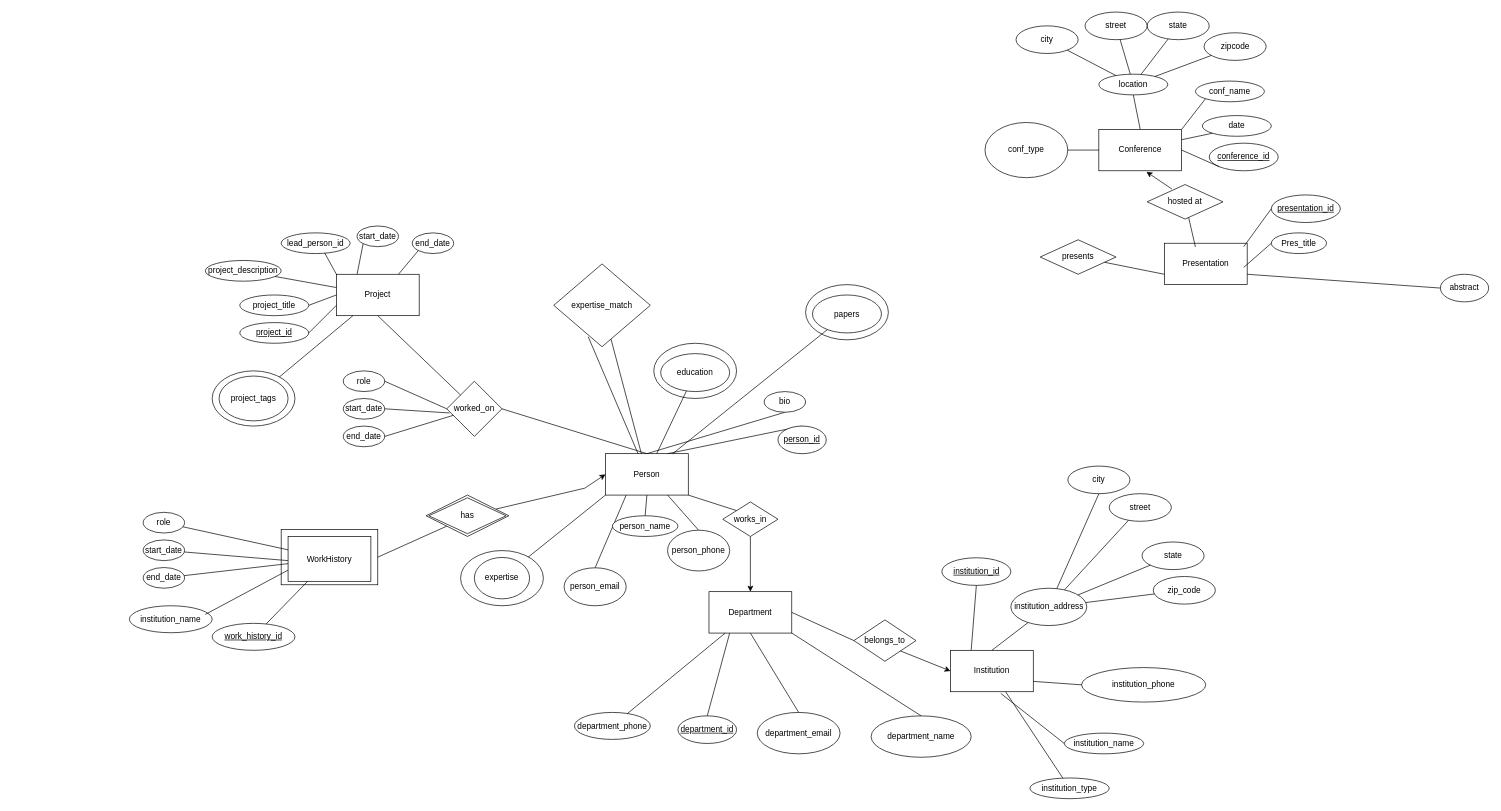
This is Project Diagram.drawio from jabobas/CollabConnect, a draw.io file, before an edit. Source tidied: cells renumbered, new cells numbered last; positions are measured from the earlier drawing's top-left corner, leaving out a move shared by most shapes. Both pictures are drawn from the tidied source at 69%, with x=0, y=0 at pixel (129, 12).
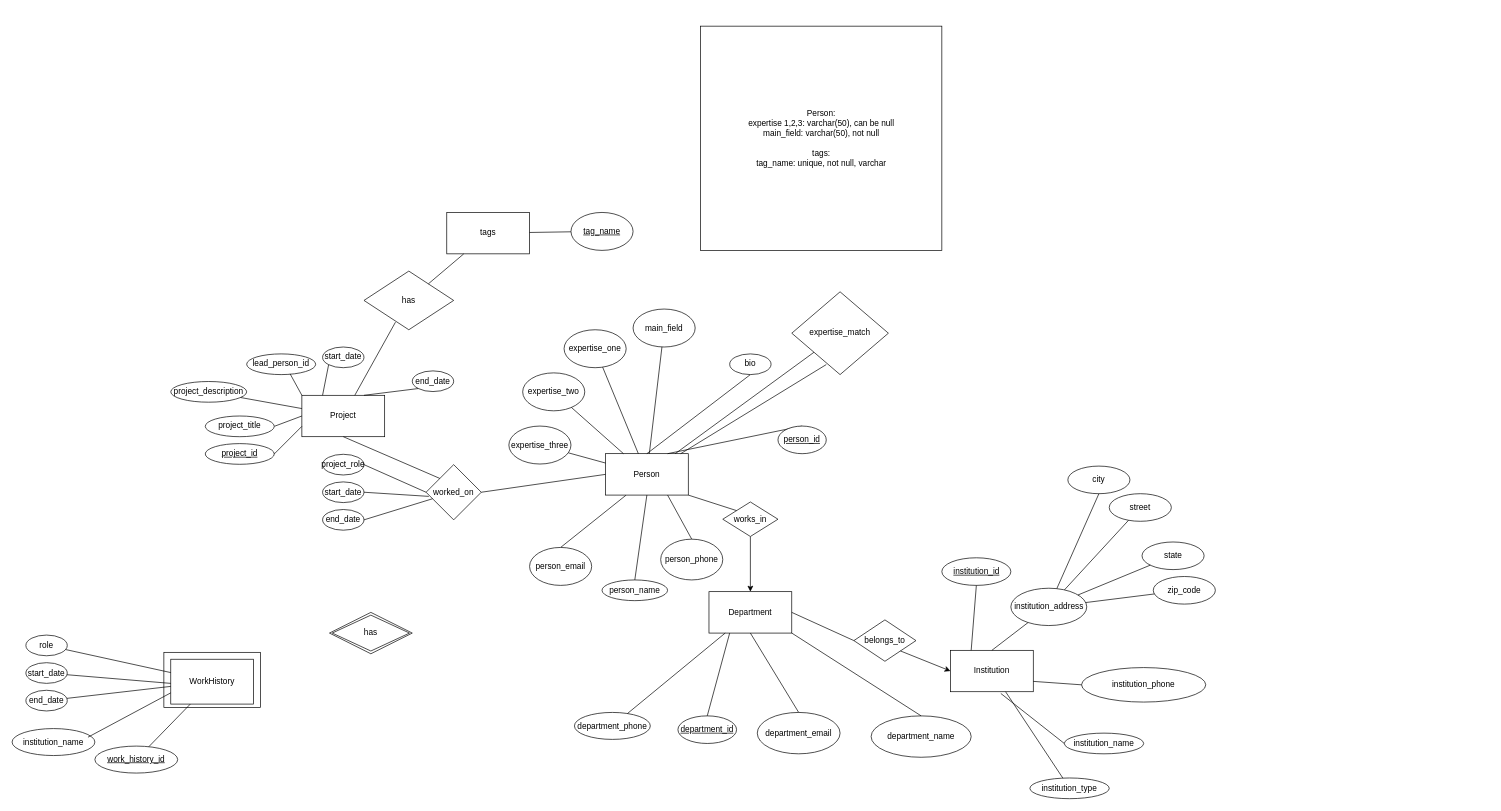
The same page after the edit.

Commit message (it also covers changes not shown here):
modify person to match updated er diagram - init db changes

Unchanged cells that the change refers to:
```xml
<mxCell id="4" value="Person" style="rounded=0;whiteSpace=wrap;html=1;" parent="1" vertex="1">
  <mxGeometry x="690" y="640" width="120" height="60" as="geometry" />
</mxCell>
```

The edit, as a diff of the source:
```diff
@@
     <mxCell id="3" style="rounded=0;whiteSpace=wrap;html=1;" parent="1" vertex="1">
-      <mxGeometry x="220" y="750" width="140" height="80" as="geometry" />
+      <mxGeometry x="50" y="927.9" width="140" height="80" as="geometry" />
     </mxCell>
@@
     <mxCell id="5" value="Project" style="rounded=0;whiteSpace=wrap;html=1;" parent="1" vertex="1">
-      <mxGeometry x="300" y="380" width="120" height="60" as="geometry" />
+      <mxGeometry x="250" y="555.4" width="120" height="60" as="geometry" />
     </mxCell>
-    <mxCell id="6" style="rounded=0;orthogonalLoop=1;jettySize=auto;html=1;entryX=0.5;entryY=1;entryDx=0;entryDy=0;" parent="1" edge="1" source="7" target="7">
-      <mxGeometry relative="1" as="geometry" />
-    </mxCell>
-    <mxCell id="7" value="Conference" style="rounded=0;whiteSpace=wrap;html=1;" parent="1" vertex="1">
-      <mxGeometry x="1405" y="170" width="120" height="60" as="geometry" />
-    </mxCell>
-    <mxCell id="8" value="&lt;div&gt;Presentation&lt;/div&gt;" style="rounded=0;whiteSpace=wrap;html=1;" parent="1" vertex="1">
-      <mxGeometry x="1500" y="335" width="120" height="60" as="geometry" />
-    </mxCell>
@@
     <mxCell id="11" value="WorkHistory" style="rounded=0;whiteSpace=wrap;html=1;" parent="1" vertex="1">
-      <mxGeometry x="230" y="760" width="120" height="65" as="geometry" />
+      <mxGeometry x="60" y="937.9" width="120" height="65" as="geometry" />
     </mxCell>
-    <mxCell id="12" style="endArrow=none;html=1;rounded=0;exitX=1;exitY=0.5;exitDx=0;exitDy=0;entryX=0;entryY=1;entryDx=0;entryDy=0;" parent="1" edge="1" source="3">
-      <mxGeometry relative="1" as="geometry">
-        <mxPoint x="460" y="745" as="targetPoint" />
-      </mxGeometry>
-    </mxCell>
     <mxCell id="13" value="worked_on" style="rhombus;whiteSpace=wrap;html=1;" parent="1" vertex="1">
-      <mxGeometry x="460" y="535" width="80" height="80" as="geometry" />
+      <mxGeometry x="430" y="655.9" width="80" height="80" as="geometry" />
     </mxCell>
-    <mxCell id="14" style="endArrow=none;html=1;rounded=0;exitX=1;exitY=0.5;exitDx=0;exitDy=0;entryX=0.5;entryY=0;entryDx=0;entryDy=0;" parent="1" edge="1" source="13" target="4">
+    <mxCell id="14" style="endArrow=none;html=1;rounded=0;exitX=1;exitY=0.5;exitDx=0;exitDy=0;entryX=0;entryY=0.5;entryDx=0;entryDy=0;" parent="1" edge="1" source="13" target="4">
       <mxGeometry relative="1" as="geometry" />
     </mxCell>
@@
-    <mxCell id="16" value="&lt;div&gt;role&lt;/div&gt;" style="ellipse;whiteSpace=wrap;html=1;" parent="1" vertex="1">
-      <mxGeometry x="310" y="520" width="60" height="30" as="geometry" />
+    <mxCell id="16" value="&lt;div&gt;project_role&lt;/div&gt;" style="ellipse;whiteSpace=wrap;html=1;" parent="1" vertex="1">
+      <mxGeometry x="280" y="640.9" width="60" height="30" as="geometry" />
     </mxCell>
     <mxCell id="17" value="start_date" style="ellipse;whiteSpace=wrap;html=1;" parent="1" vertex="1">
-      <mxGeometry x="310" y="560" width="60" height="30" as="geometry" />
+      <mxGeometry x="280" y="680.9" width="60" height="30" as="geometry" />
     </mxCell>
     <mxCell id="18" value="end_date" style="ellipse;whiteSpace=wrap;html=1;" parent="1" vertex="1">
-      <mxGeometry x="310" y="600" width="60" height="30" as="geometry" />
+      <mxGeometry x="280" y="720.9" width="60" height="30" as="geometry" />
     </mxCell>
@@
     <mxCell id="20" style="endArrow=none;html=1;rounded=0;exitX=1;exitY=0.5;exitDx=0;exitDy=0;" parent="1" edge="1" source="17">
       <mxGeometry relative="1" as="geometry">
-        <mxPoint x="464" y="581" as="targetPoint" />
+        <mxPoint x="434" y="701.9" as="targetPoint" />
       </mxGeometry>
     </mxCell>
@@
     <mxCell id="22" value="lead_person_id" style="ellipse;whiteSpace=wrap;html=1;" parent="1" vertex="1">
-      <mxGeometry x="220" y="320" width="100" height="30" as="geometry" />
+      <mxGeometry x="170" y="495.4" width="100" height="30" as="geometry" />
     </mxCell>
     <mxCell id="23" value="start_date" style="ellipse;whiteSpace=wrap;html=1;" parent="1" vertex="1">
-      <mxGeometry x="330" y="310" width="60" height="30" as="geometry" />
+      <mxGeometry x="280" y="485.4" width="60" height="30" as="geometry" />
     </mxCell>
     <mxCell id="24" value="end_date" style="ellipse;whiteSpace=wrap;html=1;" parent="1" vertex="1">
-      <mxGeometry x="410" y="320" width="60" height="30" as="geometry" />
+      <mxGeometry x="410" y="520" width="60" height="30" as="geometry" />
     </mxCell>
@@
     <mxCell id="29" value="project_title" style="ellipse;whiteSpace=wrap;html=1;" parent="1" vertex="1">
-      <mxGeometry x="160" y="410" width="100" height="30" as="geometry" />
+      <mxGeometry x="110" y="585.4" width="100" height="30" as="geometry" />
     </mxCell>
     <mxCell id="30" value="&lt;u&gt;project_id&lt;/u&gt;" style="ellipse;whiteSpace=wrap;html=1;" parent="1" vertex="1">
-      <mxGeometry x="160" y="450" width="100" height="30" as="geometry" />
+      <mxGeometry x="110" y="625.4" width="100" height="30" as="geometry" />
     </mxCell>
@@
-    <mxCell id="32" value="&lt;u&gt;conference_id&lt;/u&gt;" style="ellipse;whiteSpace=wrap;html=1;" parent="1" vertex="1">
-      <mxGeometry x="1565" y="190" width="100" height="40" as="geometry" />
-    </mxCell>
-    <mxCell id="33" style="endArrow=none;html=1;rounded=0;entryX=1;entryY=0.5;entryDx=0;entryDy=0;exitX=0;exitY=1;exitDx=0;exitDy=0;" parent="1" edge="1" source="32" target="7">
-      <mxGeometry relative="1" as="geometry" />
-    </mxCell>
-    <mxCell id="34" value="conf_name" style="ellipse;whiteSpace=wrap;html=1;" parent="1" vertex="1">
-      <mxGeometry x="1545" y="100" width="100" height="30" as="geometry" />
-    </mxCell>
-    <mxCell id="35" value="date" style="ellipse;whiteSpace=wrap;html=1;" parent="1" vertex="1">
-      <mxGeometry x="1555" y="150" width="100" height="30" as="geometry" />
-    </mxCell>
-    <mxCell id="36" value="location" style="ellipse;whiteSpace=wrap;html=1;" parent="1" vertex="1">
-      <mxGeometry x="1405" y="90" width="100" height="30" as="geometry" />
-    </mxCell>
-    <mxCell id="37" style="endArrow=none;html=1;rounded=0;entryX=0;entryY=1;entryDx=0;entryDy=0;exitX=1;exitY=0;exitDx=0;exitDy=0;" parent="1" edge="1" source="7" target="34">
-      <mxGeometry relative="1" as="geometry" />
-    </mxCell>
-    <mxCell id="38" style="endArrow=none;html=1;rounded=0;entryX=0;entryY=1;entryDx=0;entryDy=0;exitX=1;exitY=0.25;exitDx=0;exitDy=0;" parent="1" edge="1" source="7" target="35">
-      <mxGeometry relative="1" as="geometry" />
-    </mxCell>
-    <mxCell id="39" value="&lt;u&gt;presentation_id&lt;/u&gt;" style="ellipse;whiteSpace=wrap;html=1;" parent="1" vertex="1">
-      <mxGeometry x="1655" y="265" width="100" height="40" as="geometry" />
-    </mxCell>
-    <mxCell id="40" style="endArrow=none;html=1;rounded=0;entryX=0;entryY=0.5;entryDx=0;entryDy=0;exitX=1;exitY=0;exitDx=0;exitDy=0;" parent="1" edge="1" target="39">
-      <mxGeometry relative="1" as="geometry">
-        <mxPoint x="1615" y="340" as="sourcePoint" />
-      </mxGeometry>
-    </mxCell>
-    <mxCell id="41" value="Pres_title" style="ellipse;whiteSpace=wrap;html=1;" parent="1" vertex="1">
-      <mxGeometry x="1655" y="320" width="80" height="30" as="geometry" />
-    </mxCell>
-    <mxCell id="42" style="endArrow=none;html=1;rounded=0;entryX=0;entryY=0.5;entryDx=0;entryDy=0;exitX=1;exitY=0.5;exitDx=0;exitDy=0;" parent="1" edge="1" target="41">
-      <mxGeometry relative="1" as="geometry">
-        <mxPoint x="1615" y="370" as="sourcePoint" />
-      </mxGeometry>
-    </mxCell>
-    <mxCell id="43" value="abstract" style="ellipse;whiteSpace=wrap;html=1;" parent="1" vertex="1">
-      <mxGeometry x="1900" y="380" width="70" height="40" as="geometry" />
-    </mxCell>
-    <mxCell id="44" style="endArrow=none;html=1;rounded=0;entryX=0;entryY=0.5;entryDx=0;entryDy=0;exitX=1;exitY=0.75;exitDx=0;exitDy=0;" parent="1" edge="1" source="8" target="43">
-      <mxGeometry relative="1" as="geometry" />
-    </mxCell>
-    <mxCell id="45" value="presents" style="rhombus;whiteSpace=wrap;html=1;" parent="1" vertex="1">
-      <mxGeometry x="1320" y="330" width="110" height="50" as="geometry" />
-    </mxCell>
-    <mxCell id="46" style="endArrow=none;html=1;rounded=0;entryX=0;entryY=0.75;entryDx=0;entryDy=0;" parent="1" edge="1" source="45" target="8">
-      <mxGeometry relative="1" as="geometry" />
-    </mxCell>
@@
     <mxCell id="58" value="person_email" style="ellipse;whiteSpace=wrap;html=1;" parent="1" vertex="1">
-      <mxGeometry x="630" y="805.4" width="90" height="55" as="geometry" />
+      <mxGeometry x="580" y="775.9" width="90" height="55" as="geometry" />
     </mxCell>
     <mxCell id="59" value="person_phone" style="ellipse;whiteSpace=wrap;html=1;" parent="1" vertex="1">
-      <mxGeometry x="780" y="750.9" width="90" height="59.1" as="geometry" />
+      <mxGeometry x="770" y="763.9" width="90" height="59.1" as="geometry" />
     </mxCell>
     <mxCell id="60" value="person_name" style="ellipse;whiteSpace=wrap;html=1;" parent="1" vertex="1">
-      <mxGeometry x="700" y="730" width="95" height="30" as="geometry" />
+      <mxGeometry x="685" y="823" width="95" height="30" as="geometry" />
     </mxCell>
@@
     <mxCell id="65" value="bio" style="ellipse;whiteSpace=wrap;html=1;" parent="1" vertex="1">
-      <mxGeometry x="920" y="550" width="60" height="30" as="geometry" />
+      <mxGeometry x="870" y="495.4" width="60" height="30" as="geometry" />
     </mxCell>
@@
-    <mxCell id="73" style="endArrow=classic;html=1;rounded=0;entryX=0;entryY=0.5;entryDx=0;entryDy=0;" parent="1" edge="1" source="89" target="4">
-      <mxGeometry relative="1" as="geometry">
-        <Array as="points">
-          <mxPoint x="660" y="690" />
-        </Array>
-      </mxGeometry>
-    </mxCell>
-    <mxCell id="74" style="endArrow=none;html=1;rounded=0;entryX=0;entryY=1;entryDx=0;entryDy=0;" parent="1" edge="1" source="119" target="4">
-      <mxGeometry relative="1" as="geometry" />
-    </mxCell>
@@
-    <mxCell id="77" style="endArrow=none;html=1;rounded=0;entryX=0.5;entryY=1;entryDx=0;entryDy=0;exitX=0.5;exitY=0;exitDx=0;exitDy=0;" parent="1" edge="1" source="7" target="36">
-      <mxGeometry relative="1" as="geometry" />
-    </mxCell>
-    <mxCell id="78" value="hosted at" style="rhombus;whiteSpace=wrap;html=1;" parent="1" vertex="1">
-      <mxGeometry x="1475" y="250" width="110" height="50" as="geometry" />
-    </mxCell>
@@
-    <mxCell id="80" style="endArrow=none;html=1;rounded=0;exitX=0.417;exitY=0.008;exitDx=0;exitDy=0;exitPerimeter=0;" parent="1" edge="1" target="78">
-      <mxGeometry relative="1" as="geometry">
-        <mxPoint x="1545" y="340.5" as="sourcePoint" />
-      </mxGeometry>
-    </mxCell>
@@
-    <mxCell id="84" style="rounded=0;jettySize=auto;html=1;exitX=0.327;exitY=0.13;exitDx=0;exitDy=0;entryX=0.575;entryY=1.025;entryDx=0;entryDy=0;exitPerimeter=0;entryPerimeter=0;" parent="1" edge="1" source="78" target="7">
-      <mxGeometry relative="1" as="geometry" />
-    </mxCell>
@@
     <mxCell id="89" value="has" style="shape=rhombus;double=1;perimeter=rhombusPerimeter;whiteSpace=wrap;html=1;align=center;" parent="1" vertex="1">
-      <mxGeometry x="430" y="700" width="120" height="60" as="geometry" />
+      <mxGeometry x="290" y="870" width="120" height="60" as="geometry" />
     </mxCell>
-    <mxCell id="90" value="city" style="ellipse;whiteSpace=wrap;html=1;" parent="1" vertex="1">
-      <mxGeometry x="1285" y="20" width="90" height="40" as="geometry" />
-    </mxCell>
-    <mxCell id="91" value="zipcode" style="ellipse;whiteSpace=wrap;html=1;" parent="1" vertex="1">
-      <mxGeometry x="1557.5" y="30" width="90" height="40" as="geometry" />
-    </mxCell>
-    <mxCell id="92" value="state" style="ellipse;whiteSpace=wrap;html=1;" parent="1" vertex="1">
-      <mxGeometry x="1475" width="90" height="40" as="geometry" />
-    </mxCell>
-    <mxCell id="93" value="street" style="ellipse;whiteSpace=wrap;html=1;" parent="1" vertex="1">
-      <mxGeometry x="1385" width="90" height="40" as="geometry" />
-    </mxCell>
@@
-    <mxCell id="95" style="endArrow=none;html=1;rounded=0;" parent="1" edge="1" source="36" target="90">
-      <mxGeometry relative="1" as="geometry" />
-    </mxCell>
-    <mxCell id="96" style="endArrow=none;html=1;rounded=0;" parent="1" edge="1" source="36" target="93">
-      <mxGeometry relative="1" as="geometry" />
-    </mxCell>
-    <mxCell id="97" style="endArrow=none;html=1;rounded=0;" parent="1" edge="1" source="36" target="92">
-      <mxGeometry relative="1" as="geometry" />
-    </mxCell>
-    <mxCell id="98" style="endArrow=none;html=1;rounded=0;" parent="1" edge="1" source="36" target="91">
-      <mxGeometry relative="1" as="geometry" />
-    </mxCell>
     <mxCell id="99" value="&lt;div&gt;role&lt;/div&gt;" style="ellipse;whiteSpace=wrap;html=1;" parent="1" vertex="1">
-      <mxGeometry x="20" y="725" width="60" height="30" as="geometry" />
+      <mxGeometry x="-150" y="902.9" width="60" height="30" as="geometry" />
     </mxCell>
     <mxCell id="100" value="start_date" style="ellipse;whiteSpace=wrap;html=1;" parent="1" vertex="1">
-      <mxGeometry x="20" y="765" width="60" height="30" as="geometry" />
+      <mxGeometry x="-150" y="942.9" width="60" height="30" as="geometry" />
     </mxCell>
     <mxCell id="101" value="end_date" style="ellipse;whiteSpace=wrap;html=1;" parent="1" vertex="1">
-      <mxGeometry x="20" y="805" width="60" height="30" as="geometry" />
+      <mxGeometry x="-150" y="982.9" width="60" height="30" as="geometry" />
     </mxCell>
     <mxCell id="102" value="institution_name" style="ellipse;whiteSpace=wrap;html=1;" parent="1" vertex="1">
-      <mxGeometry y="860.4" width="120" height="39.1" as="geometry" />
+      <mxGeometry x="-170" y="1038.4" width="120" height="39.1" as="geometry" />
     </mxCell>
     <mxCell id="103" style="endArrow=none;html=1;rounded=0;entryX=0;entryY=0.75;entryDx=0;entryDy=0;" parent="1" edge="1" target="11">
       <mxGeometry relative="1" as="geometry">
-        <mxPoint x="110" y="873" as="sourcePoint" />
+        <mxPoint x="-60" y="1050.9" as="sourcePoint" />
       </mxGeometry>
     </mxCell>
@@
     <mxCell id="105" style="endArrow=none;html=1;rounded=0;" parent="1" edge="1" source="100" target="11">
       <mxGeometry relative="1" as="geometry">
         <Array as="points">
-          <mxPoint x="230" y="795" />
+          <mxPoint x="60" y="972.9" />
         </Array>
       </mxGeometry>
     </mxCell>
@@
     <mxCell id="107" value="&lt;u&gt;work_history_id&lt;/u&gt;" style="ellipse;whiteSpace=wrap;html=1;" parent="1" vertex="1">
-      <mxGeometry x="120" y="885.9" width="120" height="39.1" as="geometry" />
+      <mxGeometry x="-50" y="1063.8" width="120" height="39.1" as="geometry" />
     </mxCell>
@@
     <mxCell id="109" value="expertise_match" style="rhombus;whiteSpace=wrap;html=1;" parent="1" vertex="1">
-      <mxGeometry x="615" y="365" width="140" height="120" as="geometry" />
+      <mxGeometry x="960" y="405.4" width="140" height="120" as="geometry" />
     </mxCell>
@@
-    <mxCell id="111" value="conf_type" style="ellipse;whiteSpace=wrap;html=1;" parent="1" vertex="1">
-      <mxGeometry x="1240" y="160" width="120" height="80" as="geometry" />
-    </mxCell>
-    <mxCell id="112" style="endArrow=none;html=1;rounded=0;" parent="1" edge="1" source="111" target="7">
-      <mxGeometry relative="1" as="geometry" />
-    </mxCell>
     <mxCell id="113" value="project_description" style="ellipse;whiteSpace=wrap;html=1;" parent="1" vertex="1">
-      <mxGeometry x="110" y="360" width="110" height="30" as="geometry" />
+      <mxGeometry x="60" y="535.4" width="110" height="30" as="geometry" />
     </mxCell>
@@
-    <mxCell id="115" style="endArrow=none;html=1;rounded=0;" parent="1" edge="1" source="117" target="5">
-      <mxGeometry relative="1" as="geometry" />
-    </mxCell>
-    <mxCell id="116" style="ellipse;whiteSpace=wrap;html=1;" parent="1" vertex="1">
-      <mxGeometry x="120" y="520" width="120" height="80" as="geometry" />
-    </mxCell>
-    <mxCell id="117" value="project_tags" style="ellipse;whiteSpace=wrap;html=1;" parent="1" vertex="1">
-      <mxGeometry x="130" y="527.5" width="100" height="65" as="geometry" />
-    </mxCell>
-    <mxCell id="118" style="ellipse;whiteSpace=wrap;html=1;" parent="1" vertex="1">
-      <mxGeometry x="480" y="780.4" width="120" height="80" as="geometry" />
-    </mxCell>
-    <mxCell id="119" value="expertise" style="ellipse;whiteSpace=wrap;html=1;" parent="1" vertex="1">
-      <mxGeometry x="500" y="790.4" width="80" height="60" as="geometry" />
-    </mxCell>
@@
-    <mxCell id="123" style="ellipse;whiteSpace=wrap;html=1;" parent="1" vertex="1">
-      <mxGeometry x="760" y="480" width="120" height="80" as="geometry" />
-    </mxCell>
-    <mxCell id="124" value="education" style="ellipse;whiteSpace=wrap;html=1;" parent="1" vertex="1">
-      <mxGeometry x="770" y="495" width="100" height="55" as="geometry" />
-    </mxCell>
-    <mxCell id="125" style="endArrow=none;html=1;rounded=0;" parent="1" edge="1" source="4" target="124">
-      <mxGeometry relative="1" as="geometry" />
-    </mxCell>
@@
-    <mxCell id="128" style="ellipse;whiteSpace=wrap;html=1;" parent="1" vertex="1">
-      <mxGeometry x="980" y="395" width="120" height="80" as="geometry" />
-    </mxCell>
-    <mxCell id="129" value="papers" style="ellipse;whiteSpace=wrap;html=1;" parent="1" vertex="1">
-      <mxGeometry x="990" y="410" width="100" height="55" as="geometry" />
-    </mxCell>
-    <mxCell id="130" style="endArrow=none;html=1;rounded=0;" parent="1" edge="1" source="4" target="129">
-      <mxGeometry relative="1" as="geometry" />
-    </mxCell>
+    <mxCell id="131" value="tags" style="rounded=0;whiteSpace=wrap;html=1;" parent="1" vertex="1">
+      <mxGeometry x="460" y="290.4" width="120" height="60" as="geometry" />
+    </mxCell>
+    <mxCell id="132" value="has" style="rhombus;whiteSpace=wrap;html=1;" parent="1" vertex="1">
+      <mxGeometry x="340" y="375.4" width="130" height="85" as="geometry" />
+    </mxCell>
+    <mxCell id="133" style="endArrow=none;html=1;rounded=0;entryX=0.351;entryY=0.871;entryDx=0;entryDy=0;entryPerimeter=0;" parent="1" edge="1" source="5" target="132">
+      <mxGeometry relative="1" as="geometry" />
+    </mxCell>
+    <mxCell id="134" style="endArrow=none;html=1;rounded=0;" parent="1" edge="1" source="132" target="131">
+      <mxGeometry relative="1" as="geometry" />
+    </mxCell>
+    <mxCell id="135" value="expertise_one" style="ellipse;whiteSpace=wrap;html=1;" parent="1" vertex="1">
+      <mxGeometry x="630" y="460.4" width="90" height="55" as="geometry" />
+    </mxCell>
+    <mxCell id="136" value="expertise_two" style="ellipse;whiteSpace=wrap;html=1;" parent="1" vertex="1">
+      <mxGeometry x="570" y="522.9" width="90" height="55" as="geometry" />
+    </mxCell>
+    <mxCell id="137" value="expertise_three" style="ellipse;whiteSpace=wrap;html=1;" parent="1" vertex="1">
+      <mxGeometry x="550" y="600" width="90" height="55" as="geometry" />
+    </mxCell>
+    <mxCell id="138" value="main_field" style="ellipse;whiteSpace=wrap;html=1;" parent="1" vertex="1">
+      <mxGeometry x="730" y="430.4" width="90" height="55" as="geometry" />
+    </mxCell>
+    <mxCell id="139" style="endArrow=none;html=1;rounded=0;" parent="1" edge="1" source="137" target="4">
+      <mxGeometry relative="1" as="geometry" />
+    </mxCell>
+    <mxCell id="140" style="endArrow=none;html=1;rounded=0;" parent="1" edge="1" source="136" target="4">
+      <mxGeometry relative="1" as="geometry" />
+    </mxCell>
+    <mxCell id="141" style="endArrow=none;html=1;rounded=0;" parent="1" edge="1" source="135" target="4">
+      <mxGeometry relative="1" as="geometry" />
+    </mxCell>
+    <mxCell id="142" style="endArrow=none;html=1;rounded=0;" parent="1" edge="1" source="138" target="4">
+      <mxGeometry relative="1" as="geometry" />
+    </mxCell>
+    <mxCell id="143" value="&lt;u&gt;tag_name&lt;/u&gt;" style="ellipse;whiteSpace=wrap;html=1;" parent="1" vertex="1">
+      <mxGeometry x="640" y="290.4" width="90" height="55" as="geometry" />
+    </mxCell>
+    <mxCell id="144" style="endArrow=none;html=1;rounded=0;" parent="1" edge="1" source="131" target="143">
+      <mxGeometry relative="1" as="geometry" />
+    </mxCell>
+    <mxCell id="145" value="&lt;div&gt;Person:&lt;/div&gt;&lt;div&gt;expertise 1,2,3: varchar(50), can be null&lt;/div&gt;&lt;div&gt;main_field: varchar(50), not null&lt;/div&gt;&lt;div&gt;&lt;br&gt;&lt;/div&gt;&lt;div&gt;tags:&lt;/div&gt;&lt;div&gt;tag_name: unique, not null, varchar&lt;/div&gt;" style="rounded=0;whiteSpace=wrap;html=1;" parent="1" vertex="1">
+      <mxGeometry x="827.5" y="20.4" width="350" height="325" as="geometry" />
+    </mxCell>
```
